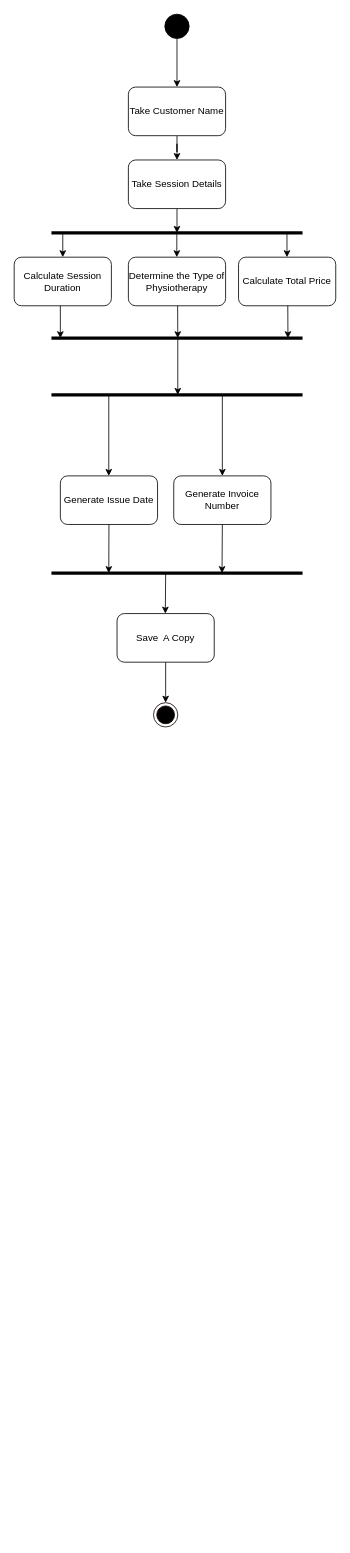
Earlier version of the draw.io diagram ISWE Activity Diagram Grp Assg.drawio (JussSelenite/JussSelenite). Source tidied: cells renumbered, new cells numbered last; positions are measured from the earlier drawing's top-left corner, leaving out a move shared by most shapes. Both pictures are drawn from the tidied source at 81%, with x=0, y=0 at pixel (14, 14).
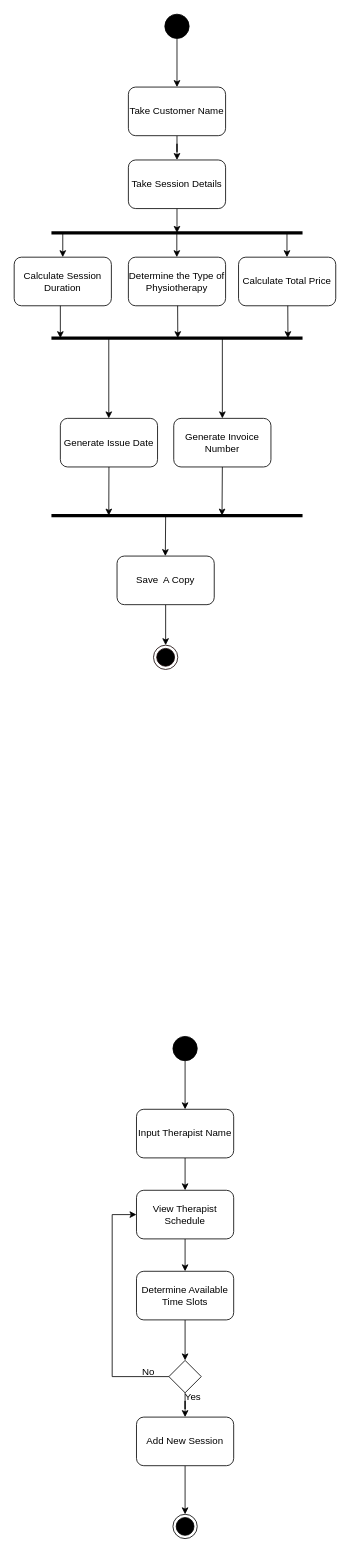
After the change.

The edit, as a diff of the source:
```diff
@@
     <mxCell id="2" style="ellipse;html=1;shape=endState;fillColor=#000000;strokeColor=#120000;" parent="1" vertex="1">
-      <mxGeometry x="172" y="850" width="30" height="30" as="geometry" />
+      <mxGeometry x="172" y="779" width="30" height="30" as="geometry" />
     </mxCell>
@@
     <mxCell id="16" value="Generate Issue Date" style="rounded=1;whiteSpace=wrap;html=1;" parent="1" vertex="1">
-      <mxGeometry x="57" y="570" width="120" height="60" as="geometry" />
+      <mxGeometry x="57" y="499" width="120" height="60" as="geometry" />
     </mxCell>
     <mxCell id="17" value="Generate Invoice Number" style="rounded=1;whiteSpace=wrap;html=1;" parent="1" vertex="1">
-      <mxGeometry x="197" y="570" width="120" height="60" as="geometry" />
+      <mxGeometry x="197" y="499" width="120" height="60" as="geometry" />
     </mxCell>
@@
-    <mxCell id="19" style="endArrow=none;html=1;rounded=0;strokeWidth=4;" parent="1" edge="1">
-      <mxGeometry relative="1" as="geometry">
-        <mxPoint x="46" y="470" as="sourcePoint" />
-        <mxPoint x="356" y="470" as="targetPoint" />
-      </mxGeometry>
-    </mxCell>
-    <mxCell id="20" style="edgeStyle=orthogonalEdgeStyle;rounded=0;orthogonalLoop=1;jettySize=auto;html=1;" parent="1" edge="1">
-      <mxGeometry relative="1" as="geometry">
-        <mxPoint x="202" y="400" as="sourcePoint" />
-        <mxPoint x="202" y="470" as="targetPoint" />
-      </mxGeometry>
-    </mxCell>
     <mxCell id="21" style="endArrow=classic;html=1;rounded=0;entryX=0.5;entryY=0;entryDx=0;entryDy=0;" parent="1" edge="1" target="17">
       <mxGeometry relative="1" as="geometry">
-        <mxPoint x="257" y="470" as="sourcePoint" />
+        <mxPoint x="257" y="399" as="sourcePoint" />
       </mxGeometry>
     </mxCell>
     <mxCell id="22" style="endArrow=classic;html=1;rounded=0;entryX=0.5;entryY=0;entryDx=0;entryDy=0;" parent="1" edge="1">
       <mxGeometry relative="1" as="geometry">
-        <mxPoint x="116.8" y="470" as="sourcePoint" />
-        <mxPoint x="116.8" y="570" as="targetPoint" />
+        <mxPoint x="116.8" y="399" as="sourcePoint" />
+        <mxPoint x="116.8" y="499" as="targetPoint" />
       </mxGeometry>
     </mxCell>
@@
     <mxCell id="26" style="endArrow=none;html=1;rounded=0;strokeWidth=4;" parent="1" edge="1">
       <mxGeometry relative="1" as="geometry">
-        <mxPoint x="46" y="690" as="sourcePoint" />
-        <mxPoint x="356" y="690" as="targetPoint" />
+        <mxPoint x="46" y="619" as="sourcePoint" />
+        <mxPoint x="356" y="619" as="targetPoint" />
       </mxGeometry>
     </mxCell>
     <mxCell id="27" style="endArrow=classic;html=1;rounded=0;entryX=0.5;entryY=0;entryDx=0;entryDy=0;" parent="1" edge="1">
       <mxGeometry relative="1" as="geometry">
-        <mxPoint x="117" y="630" as="sourcePoint" />
-        <mxPoint x="116.8" y="690" as="targetPoint" />
+        <mxPoint x="117" y="559" as="sourcePoint" />
+        <mxPoint x="116.8" y="619" as="targetPoint" />
       </mxGeometry>
     </mxCell>
     <mxCell id="28" style="endArrow=classic;html=1;rounded=0;entryX=0.5;entryY=0;entryDx=0;entryDy=0;" parent="1" edge="1">
       <mxGeometry relative="1" as="geometry">
-        <mxPoint x="257" y="630" as="sourcePoint" />
-        <mxPoint x="256.6" y="690" as="targetPoint" />
+        <mxPoint x="257" y="559" as="sourcePoint" />
+        <mxPoint x="256.6" y="619" as="targetPoint" />
       </mxGeometry>
     </mxCell>
@@
     <mxCell id="30" value="Save&amp;nbsp; A Copy" style="rounded=1;whiteSpace=wrap;html=1;" parent="1" vertex="1">
-      <mxGeometry x="127" y="740" width="120" height="60" as="geometry" />
+      <mxGeometry x="127" y="669" width="120" height="60" as="geometry" />
     </mxCell>
     <mxCell id="31" style="endArrow=classic;html=1;rounded=0;entryX=0.5;entryY=0;entryDx=0;entryDy=0;" parent="1" edge="1">
       <mxGeometry relative="1" as="geometry">
-        <mxPoint x="187" y="690" as="sourcePoint" />
-        <mxPoint x="186.6" y="740" as="targetPoint" />
+        <mxPoint x="187" y="619" as="sourcePoint" />
+        <mxPoint x="186.6" y="669" as="targetPoint" />
       </mxGeometry>
     </mxCell>
+    <mxCell id="32" style="edgeStyle=orthogonalEdgeStyle;rounded=0;jettySize=auto;html=1;" parent="1" edge="1" source="33" target="35">
+      <mxGeometry relative="1" as="geometry" />
+    </mxCell>
+    <mxCell id="33" style="ellipse;fillColor=strokeColor;html=1;" parent="1" vertex="1">
+      <mxGeometry x="196" y="1262" width="30" height="30" as="geometry" />
+    </mxCell>
+    <mxCell id="34" style="edgeStyle=orthogonalEdgeStyle;rounded=0;jettySize=auto;html=1;" parent="1" edge="1" source="35" target="37">
+      <mxGeometry relative="1" as="geometry" />
+    </mxCell>
+    <mxCell id="35" value="Input Therapist Name" style="rounded=1;whiteSpace=wrap;html=1;" parent="1" vertex="1">
+      <mxGeometry x="151" y="1352" width="120" height="60" as="geometry" />
+    </mxCell>
+    <mxCell id="36" style="edgeStyle=orthogonalEdgeStyle;rounded=0;jettySize=auto;html=1;" parent="1" edge="1" source="37" target="39">
+      <mxGeometry relative="1" as="geometry" />
+    </mxCell>
+    <mxCell id="37" value="View Therapist Schedule" style="rounded=1;whiteSpace=wrap;html=1;" parent="1" vertex="1">
+      <mxGeometry x="151" y="1452" width="120" height="60" as="geometry" />
+    </mxCell>
+    <mxCell id="38" style="edgeStyle=orthogonalEdgeStyle;rounded=0;jettySize=auto;html=1;" parent="1" edge="1" source="39" target="41">
+      <mxGeometry relative="1" as="geometry" />
+    </mxCell>
+    <mxCell id="39" value="Determine Available Time Slots" style="rounded=1;whiteSpace=wrap;html=1;" parent="1" vertex="1">
+      <mxGeometry x="151" y="1552" width="120" height="60" as="geometry" />
+    </mxCell>
+    <mxCell id="40" style="edgeStyle=orthogonalEdgeStyle;rounded=0;jettySize=auto;html=1;" parent="1" edge="1" source="41" target="45">
+      <mxGeometry relative="1" as="geometry" />
+    </mxCell>
+    <mxCell id="41" style="rhombus;whiteSpace=wrap;html=1;" parent="1" vertex="1">
+      <mxGeometry x="191" y="1662" width="40" height="40" as="geometry" />
+    </mxCell>
+    <mxCell id="42" style="endArrow=classic;html=1;rounded=0;entryX=0;entryY=0.5;entryDx=0;entryDy=0;exitX=0;exitY=0.5;exitDx=0;exitDy=0;" parent="1" edge="1" source="41" target="37">
+      <mxGeometry relative="1" as="geometry">
+        <Array as="points">
+          <mxPoint x="121" y="1682" />
+          <mxPoint x="121" y="1482" />
+        </Array>
+      </mxGeometry>
+    </mxCell>
+    <mxCell id="43" value="No" style="text;html=1;strokeColor=none;fillColor=none;align=center;verticalAlign=middle;whiteSpace=wrap;rounded=0;" parent="1" vertex="1">
+      <mxGeometry x="136" y="1662" width="60" height="30" as="geometry" />
+    </mxCell>
+    <mxCell id="44" style="edgeStyle=orthogonalEdgeStyle;rounded=0;jettySize=auto;html=1;" parent="1" edge="1" source="45" target="47">
+      <mxGeometry relative="1" as="geometry" />
+    </mxCell>
+    <mxCell id="45" value="Add New Session" style="rounded=1;whiteSpace=wrap;html=1;" parent="1" vertex="1">
+      <mxGeometry x="151" y="1732" width="120" height="60" as="geometry" />
+    </mxCell>
+    <mxCell id="46" value="Yes" style="text;html=1;strokeColor=none;fillColor=none;align=center;verticalAlign=middle;whiteSpace=wrap;rounded=0;" parent="1" vertex="1">
+      <mxGeometry x="191" y="1692" width="60" height="30" as="geometry" />
+    </mxCell>
+    <mxCell id="47" style="ellipse;html=1;shape=endState;fillColor=strokeColor;" parent="1" vertex="1">
+      <mxGeometry x="196" y="1852" width="30" height="30" as="geometry" />
+    </mxCell>
```
